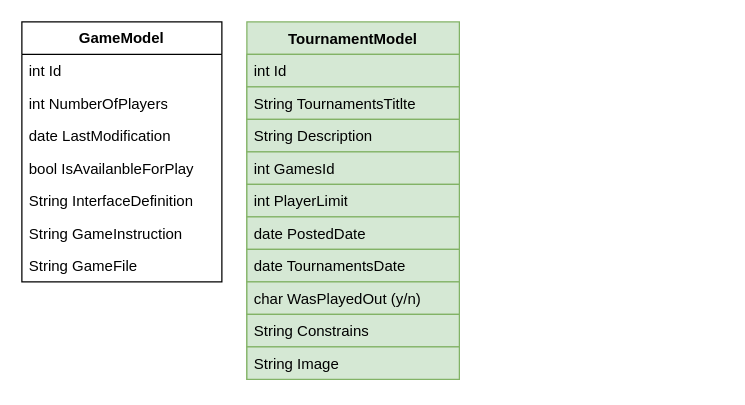
Before: page "Modele" (3 of 4) of docs/System Architecture.drawio in jordus100/Bot-Wars-front, a draw.io diagram. Source tidied: cells renumbered, new cells numbered last; positions are measured from the earlier drawing's top-left corner, leaving out a move shared by most shapes. Both pictures are drawn from the tidied source at 125%, with x=0, y=0 at pixel (21, 21).
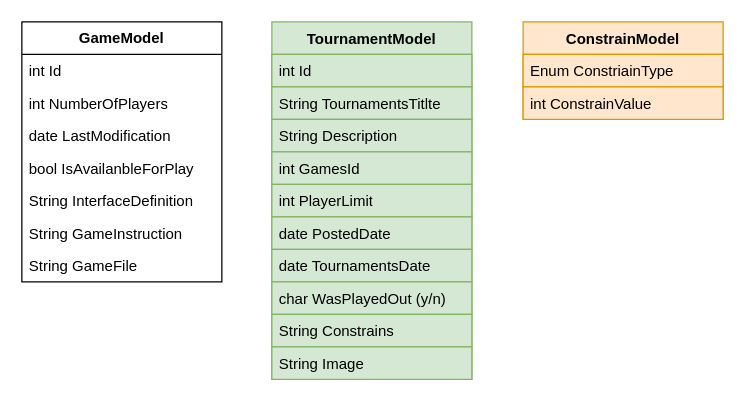
After the change.

Change to the diagram source:
```diff
@@
     <mxCell id="10" value="TournamentModel" style="swimlane;fontStyle=1;align=center;verticalAlign=top;horizontal=1;startSize=26;whiteSpace=wrap;html=1;fillColor=#d5e8d4;strokeColor=#82b366;" parent="1" vertex="1">
-      <mxGeometry x="180" width="170" height="286" as="geometry" />
+      <mxGeometry x="200" width="160" height="286" as="geometry" />
     </mxCell>
     <mxCell id="11" value="int Id" style="text;strokeColor=#82b366;fillColor=#d5e8d4;align=left;verticalAlign=top;spacingLeft=4;spacingRight=4;overflow=hidden;whiteSpace=wrap;html=1;" parent="10" vertex="1">
-      <mxGeometry y="26" width="170" height="26" as="geometry" />
+      <mxGeometry y="26" width="160" height="26" as="geometry" />
     </mxCell>
     <mxCell id="12" value="String TournamentsTitlte" style="text;strokeColor=#82b366;fillColor=#d5e8d4;align=left;verticalAlign=top;spacingLeft=4;spacingRight=4;overflow=hidden;whiteSpace=wrap;html=1;" parent="10" vertex="1">
-      <mxGeometry y="52" width="170" height="26" as="geometry" />
+      <mxGeometry y="52" width="160" height="26" as="geometry" />
     </mxCell>
     <mxCell id="13" value="String&amp;nbsp;Description" style="text;strokeColor=#82b366;fillColor=#d5e8d4;align=left;verticalAlign=top;spacingLeft=4;spacingRight=4;overflow=hidden;whiteSpace=wrap;html=1;" parent="10" vertex="1">
-      <mxGeometry y="78" width="170" height="26" as="geometry" />
+      <mxGeometry y="78" width="160" height="26" as="geometry" />
     </mxCell>
     <mxCell id="14" value="int GamesId" style="text;strokeColor=#82b366;fillColor=#d5e8d4;align=left;verticalAlign=top;spacingLeft=4;spacingRight=4;overflow=hidden;whiteSpace=wrap;html=1;" parent="10" vertex="1">
-      <mxGeometry y="104" width="170" height="26" as="geometry" />
+      <mxGeometry y="104" width="160" height="26" as="geometry" />
     </mxCell>
     <mxCell id="15" value="int PlayerLimit" style="text;strokeColor=#82b366;fillColor=#d5e8d4;align=left;verticalAlign=top;spacingLeft=4;spacingRight=4;overflow=hidden;whiteSpace=wrap;html=1;" parent="10" vertex="1">
-      <mxGeometry y="130" width="170" height="26" as="geometry" />
+      <mxGeometry y="130" width="160" height="26" as="geometry" />
     </mxCell>
     <mxCell id="16" value="date PostedDate" style="text;strokeColor=#82b366;fillColor=#d5e8d4;align=left;verticalAlign=top;spacingLeft=4;spacingRight=4;overflow=hidden;whiteSpace=wrap;html=1;" parent="10" vertex="1">
-      <mxGeometry y="156" width="170" height="26" as="geometry" />
+      <mxGeometry y="156" width="160" height="26" as="geometry" />
     </mxCell>
     <mxCell id="17" value="date TournamentsDate" style="text;strokeColor=#82b366;fillColor=#d5e8d4;align=left;verticalAlign=top;spacingLeft=4;spacingRight=4;overflow=hidden;whiteSpace=wrap;html=1;" parent="10" vertex="1">
-      <mxGeometry y="182" width="170" height="26" as="geometry" />
+      <mxGeometry y="182" width="160" height="26" as="geometry" />
     </mxCell>
     <mxCell id="18" value="char WasPlayedOut (y/n)" style="text;strokeColor=#82b366;fillColor=#d5e8d4;align=left;verticalAlign=top;spacingLeft=4;spacingRight=4;overflow=hidden;whiteSpace=wrap;html=1;" parent="10" vertex="1">
-      <mxGeometry y="208" width="170" height="26" as="geometry" />
+      <mxGeometry y="208" width="160" height="26" as="geometry" />
     </mxCell>
     <mxCell id="19" value="String&amp;nbsp;Constrains" style="text;strokeColor=#82b366;fillColor=#d5e8d4;align=left;verticalAlign=top;spacingLeft=4;spacingRight=4;overflow=hidden;whiteSpace=wrap;html=1;" parent="10" vertex="1">
-      <mxGeometry y="234" width="170" height="26" as="geometry" />
+      <mxGeometry y="234" width="160" height="26" as="geometry" />
     </mxCell>
     <mxCell id="20" value="String&amp;nbsp;Image" style="text;strokeColor=#82b366;fillColor=#d5e8d4;align=left;verticalAlign=top;spacingLeft=4;spacingRight=4;overflow=hidden;whiteSpace=wrap;html=1;" parent="10" vertex="1">
-      <mxGeometry y="260" width="170" height="26" as="geometry" />
+      <mxGeometry y="260" width="160" height="26" as="geometry" />
     </mxCell>
+    <mxCell id="21" value="ConstrainModel" style="swimlane;fontStyle=1;align=center;verticalAlign=top;horizontal=1;startSize=26;whiteSpace=wrap;html=1;fillColor=#ffe6cc;strokeColor=#d79b00;" parent="1" vertex="1">
+      <mxGeometry x="401" width="160" height="78" as="geometry" />
+    </mxCell>
+    <mxCell id="22" value="Enum ConstriainType" style="text;strokeColor=#d79b00;fillColor=#ffe6cc;align=left;verticalAlign=top;spacingLeft=4;spacingRight=4;overflow=hidden;whiteSpace=wrap;html=1;" parent="21" vertex="1">
+      <mxGeometry y="26" width="160" height="26" as="geometry" />
+    </mxCell>
+    <mxCell id="23" value="int ConstrainValue" style="text;strokeColor=#d79b00;fillColor=#ffe6cc;align=left;verticalAlign=top;spacingLeft=4;spacingRight=4;overflow=hidden;whiteSpace=wrap;html=1;" parent="21" vertex="1">
+      <mxGeometry y="52" width="160" height="26" as="geometry" />
+    </mxCell>
```
